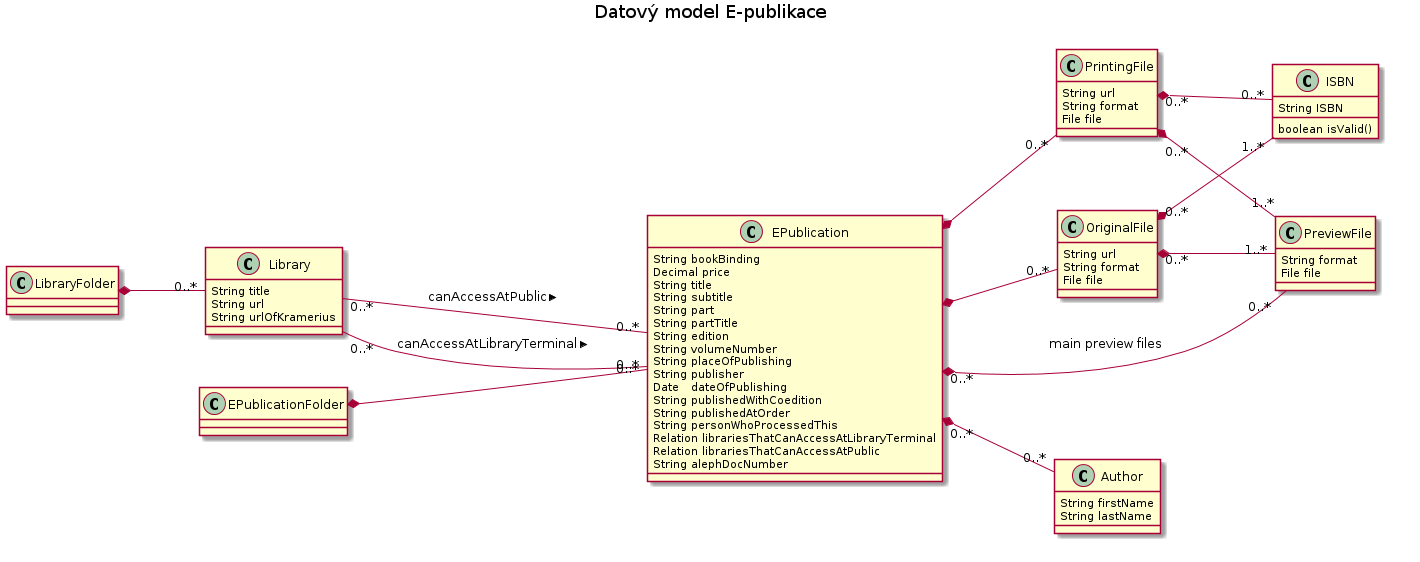
The PlantUML diagram docs/dm01.png in edeposit/edeposit.policy, before a commit.
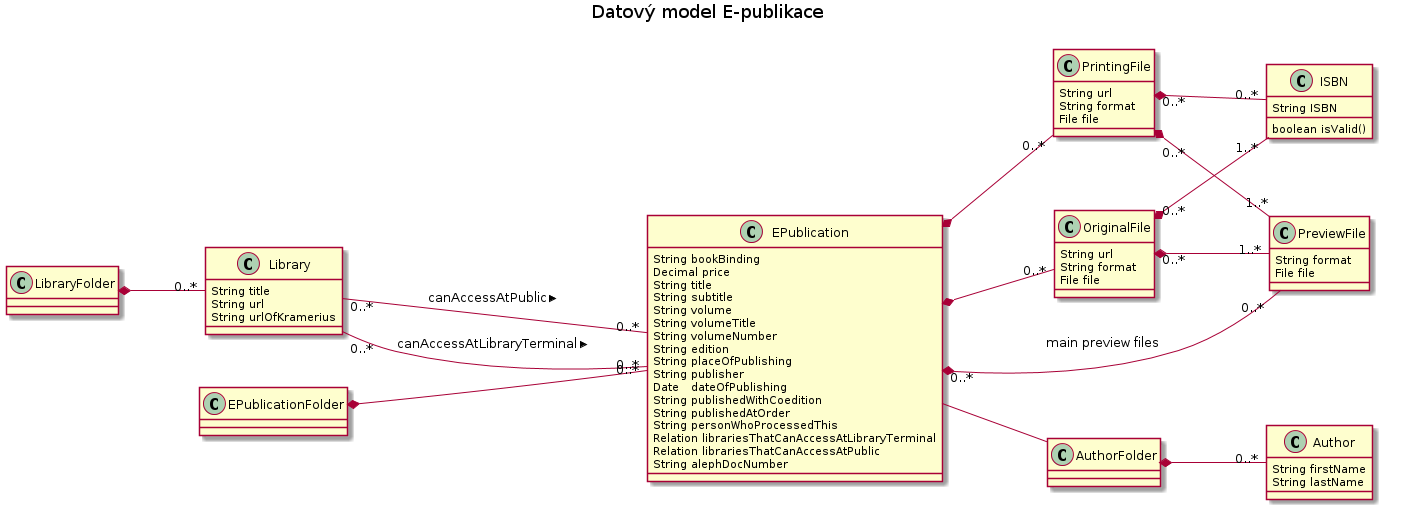
After the commit.

Commit message:
author went to authorfolder.

Diff of the diagram source:
```diff
@@ -30,6 +30,10 @@
       String lastName
 }
 
+class AuthorFolder {
+
+}
+
 class PrintingFile {
       String url
       String format
@@ -41,10 +45,10 @@
       Decimal price
       String title
       String subtitle
-      String part
-      String partTitle
+      String volume
+      String volumeTitle
+      String volumeNumber
       String edition
-      String volumeNumber
       String placeOfPublishing
       String publisher
       Date   dateOfPublishing
@@ -67,7 +71,7 @@
 Library "0..*" -- "0..*" EPublication: canAccessAtPublic >
 EPublication *-- "0..*" OriginalFile
 EPublication *-- "0..*" PrintingFile
-EPublication "0..*" *-- "0..*" Author
+EPublication -- AuthorFolder
 EPublication "0..*" *-- "0..*" PreviewFile: main preview files
 OriginalFile "0..*" *-- "1..*" ISBN
 PrintingFile "0..*" *-- "0..*" ISBN
@@ -75,5 +79,6 @@
 PrintingFile "0..*" *-- "1..*" PreviewFile
 EPublicationFolder *-- "0..*" EPublication
 LibraryFolder *-- "0..*" Library
+AuthorFolder *-- "0..*" Author
 
 @enduml
```
